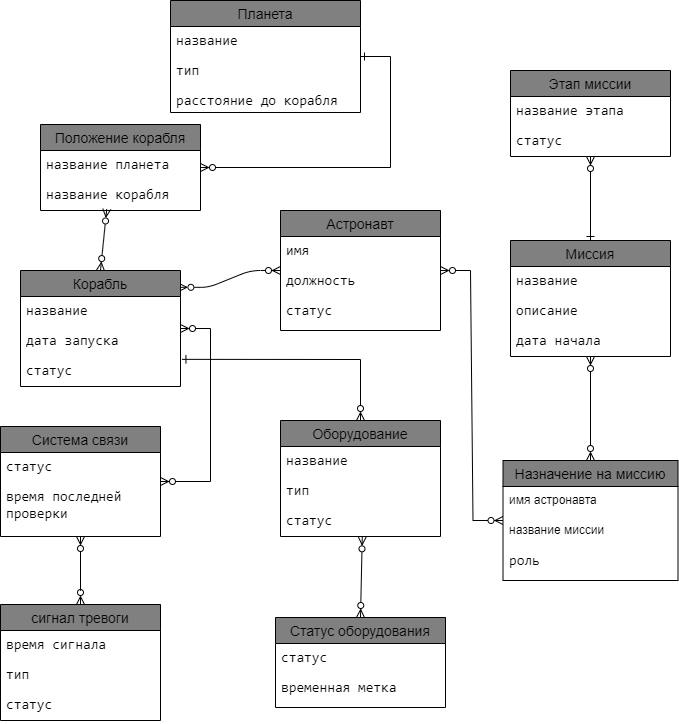
Before: Database/labs/lab1/DatabaseLab1.drawio.png, a diagram exported from draw.io (ivanstylish/ITMO-Study-Note). Source tidied: cells renumbered, new cells last; positions are measured from the earlier drawing's top-left corner, leaving out a move shared by most shapes.
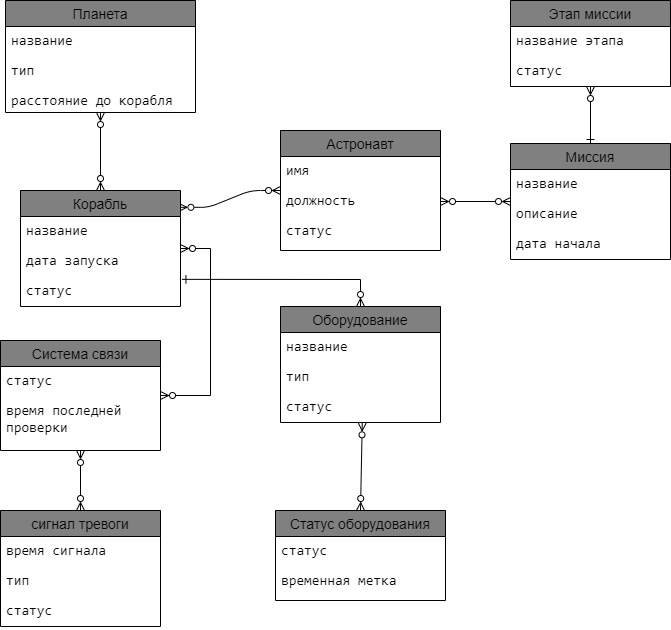
Later version of the same file.

The edit, as a diff of the source:
```diff
@@ -29,8 +29,11 @@
     <mxCell id="10" value="&lt;span style=&quot;font-size: 10.5pt; font-family: Consolas;&quot;&gt;&lt;font style=&quot;color: rgb(0, 0, 0);&quot;&gt;статус&lt;/font&gt;&lt;/span&gt;" style="text;strokeColor=none;fillColor=none;spacingLeft=4;spacingRight=4;overflow=hidden;fontSize=12;whiteSpace=wrap;html=1;" parent="7" vertex="1">
       <mxGeometry y="86" width="160" height="34" as="geometry" />
     </mxCell>
+    <mxCell id="52" style="edgeStyle=orthogonalEdgeStyle;rounded=0;jettySize=auto;html=1;startArrow=ERzeroToMany;startFill=0;endArrow=ERzeroToMany;endFill=0;" parent="1" edge="1" source="11" target="3">
+      <mxGeometry relative="1" as="geometry" />
+    </mxCell>
     <mxCell id="11" value="Планета" style="swimlane;fontStyle=0;horizontal=1;startSize=26;align=center;fontSize=14;fillColor=#808080;" parent="1" vertex="1">
-      <mxGeometry x="170" width="190" height="112" as="geometry" />
+      <mxGeometry x="5" y="80" width="190" height="112" as="geometry" />
     </mxCell>
     <mxCell id="12" value="&lt;span style=&quot;font-size: 10.5pt; font-family: Consolas;&quot;&gt;&lt;font style=&quot;color: rgb(0, 0, 0);&quot;&gt;название&lt;/font&gt;&lt;/span&gt;" style="text;strokeColor=none;fillColor=none;spacingLeft=4;spacingRight=4;overflow=hidden;fontSize=12;whiteSpace=wrap;html=1;" parent="11" vertex="1">
       <mxGeometry y="26" width="190" height="30" as="geometry" />
@@ -42,7 +45,7 @@
       <mxGeometry y="86" width="190" height="26" as="geometry" />
     </mxCell>
     <mxCell id="15" value="Оборудование" style="swimlane;fontStyle=0;horizontal=1;startSize=26;align=center;fontSize=14;fillColor=#808080;" parent="1" vertex="1">
-      <mxGeometry x="280" y="420" width="160" height="116" as="geometry" />
+      <mxGeometry x="280" y="386" width="160" height="116" as="geometry" />
     </mxCell>
     <mxCell id="16" value="&lt;span style=&quot;font-size: 10.5pt; font-family: Consolas;&quot;&gt;&lt;font style=&quot;color: rgb(0, 0, 0);&quot;&gt;название&lt;/font&gt;&lt;/span&gt;" style="text;strokeColor=none;fillColor=none;spacingLeft=4;spacingRight=4;overflow=hidden;fontSize=12;whiteSpace=wrap;html=1;" parent="15" vertex="1">
       <mxGeometry y="26" width="160" height="30" as="geometry" />
@@ -57,7 +60,7 @@
       <mxGeometry relative="1" as="geometry" />
     </mxCell>
     <mxCell id="20" value="Миссия" style="swimlane;fontStyle=0;horizontal=1;startSize=26;align=center;fontSize=14;fillColor=#808080;" parent="1" vertex="1">
-      <mxGeometry x="510" y="240" width="160" height="116" as="geometry" />
+      <mxGeometry x="510" y="223" width="160" height="116" as="geometry" />
     </mxCell>
     <mxCell id="21" value="&lt;span style=&quot;font-size: 10.5pt; font-family: Consolas;&quot;&gt;&lt;font style=&quot;color: rgb(0, 0, 0);&quot;&gt;название&lt;/font&gt;&lt;/span&gt;" style="text;strokeColor=none;fillColor=none;spacingLeft=4;spacingRight=4;overflow=hidden;fontSize=12;whiteSpace=wrap;html=1;" parent="20" vertex="1">
       <mxGeometry y="26" width="160" height="30" as="geometry" />
@@ -69,7 +72,7 @@
       <mxGeometry y="86" width="160" height="30" as="geometry" />
     </mxCell>
     <mxCell id="24" value="Система связи" style="swimlane;fontStyle=0;horizontal=1;startSize=26;align=center;fontSize=14;fillColor=#808080;" parent="1" vertex="1">
-      <mxGeometry y="426" width="160" height="110" as="geometry" />
+      <mxGeometry y="420" width="160" height="110" as="geometry" />
     </mxCell>
     <mxCell id="25" value="&lt;span style=&quot;font-size: 10.5pt; font-family: Consolas;&quot;&gt;&lt;font style=&quot;color: rgb(0, 0, 0);&quot;&gt;статус&lt;/font&gt;&lt;/span&gt;" style="text;strokeColor=none;fillColor=none;spacingLeft=4;spacingRight=4;overflow=hidden;fontSize=12;whiteSpace=wrap;html=1;" parent="24" vertex="1">
       <mxGeometry y="26" width="160" height="30" as="geometry" />
@@ -78,7 +81,7 @@
       <mxGeometry y="56" width="160" height="54" as="geometry" />
     </mxCell>
     <mxCell id="27" value="Статус оборудования" style="swimlane;fontStyle=0;horizontal=1;startSize=26;align=center;fontSize=14;fillColor=#808080;" parent="1" vertex="1">
-      <mxGeometry x="275" y="617" width="170" height="90" as="geometry" />
+      <mxGeometry x="275" y="590" width="170" height="90" as="geometry" />
     </mxCell>
     <mxCell id="28" value="&lt;span style=&quot;font-size: 10.5pt; font-family: Consolas;&quot;&gt;&lt;font style=&quot;color: rgb(0, 0, 0);&quot;&gt;статус&lt;/font&gt;&lt;/span&gt;" style="text;strokeColor=none;fillColor=none;spacingLeft=4;spacingRight=4;overflow=hidden;fontSize=12;whiteSpace=wrap;html=1;" parent="27" vertex="1">
       <mxGeometry y="26" width="170" height="30" as="geometry" />
@@ -87,7 +90,7 @@
       <mxGeometry y="56" width="170" height="34" as="geometry" />
     </mxCell>
     <mxCell id="30" value="сигнал тревоги" style="swimlane;fontStyle=0;horizontal=1;startSize=26;align=center;fontSize=14;fillColor=#808080;" parent="1" vertex="1">
-      <mxGeometry y="604" width="160" height="116" as="geometry" />
+      <mxGeometry y="590" width="160" height="116" as="geometry" />
     </mxCell>
     <mxCell id="31" value="&lt;span style=&quot;font-size: 10.5pt; font-family: Consolas;&quot;&gt;&lt;font style=&quot;color: rgb(0, 0, 0);&quot;&gt;время сигнала&lt;/font&gt;&lt;/span&gt;" style="text;strokeColor=none;fillColor=none;spacingLeft=4;spacingRight=4;overflow=hidden;fontSize=12;whiteSpace=wrap;html=1;" parent="30" vertex="1">
       <mxGeometry y="26" width="160" height="30" as="geometry" />
@@ -98,54 +101,14 @@
     <mxCell id="33" value="&lt;span style=&quot;font-size: 10.5pt; font-family: Consolas;&quot;&gt;&lt;font style=&quot;color: rgb(0, 0, 0);&quot;&gt;статус&lt;/font&gt;&lt;/span&gt;" style="text;strokeColor=none;fillColor=none;spacingLeft=4;spacingRight=4;overflow=hidden;fontSize=12;whiteSpace=wrap;html=1;" parent="30" vertex="1">
       <mxGeometry y="86" width="160" height="30" as="geometry" />
     </mxCell>
-    <mxCell id="34" value="Назначение на миссию" style="swimlane;fontStyle=0;horizontal=1;startSize=26;align=center;fontSize=14;fillColor=#808080;" parent="1" vertex="1">
-      <mxGeometry x="502.5" y="460" width="175" height="120" as="geometry" />
-    </mxCell>
-    <mxCell id="35" value="имя астронавта" style="text;strokeColor=none;fillColor=none;spacingLeft=4;spacingRight=4;overflow=hidden;fontSize=12;whiteSpace=wrap;html=1;" parent="34" vertex="1">
-      <mxGeometry y="26" width="175" height="30" as="geometry" />
-    </mxCell>
-    <mxCell id="36" value="название миссии" style="text;strokeColor=none;fillColor=none;spacingLeft=4;spacingRight=4;overflow=hidden;fontSize=12;whiteSpace=wrap;html=1;" parent="34" vertex="1">
-      <mxGeometry y="56" width="175" height="30" as="geometry" />
-    </mxCell>
-    <mxCell id="37" value="&lt;span style=&quot;font-size: 10.5pt; font-family: Consolas;&quot;&gt;&lt;font style=&quot;color: rgb(0, 0, 0);&quot;&gt;роль&lt;/font&gt;&lt;/span&gt;" style="text;strokeColor=none;fillColor=none;spacingLeft=4;spacingRight=4;overflow=hidden;fontSize=12;whiteSpace=wrap;html=1;" parent="34" vertex="1">
-      <mxGeometry y="86" width="175" height="34" as="geometry" />
-    </mxCell>
-    <mxCell id="38" style="endArrow=ERzeroToMany;html=1;rounded=0;entryX=0.5;entryY=0;entryDx=0;entryDy=0;startArrow=ERzeroToMany;startFill=0;endFill=0;" parent="1" edge="1" source="23" target="34">
-      <mxGeometry relative="1" as="geometry" />
-    </mxCell>
     <mxCell id="39" style="endArrow=ERzeroToMany;html=1;rounded=0;exitX=0.511;exitY=1.011;exitDx=0;exitDy=0;exitPerimeter=0;entryX=0.5;entryY=0;entryDx=0;entryDy=0;startArrow=ERzeroToMany;startFill=0;endFill=0;" parent="1" edge="1" source="18" target="27">
       <mxGeometry relative="1" as="geometry" />
     </mxCell>
-    <mxCell id="40" style="edgeStyle=entityRelationEdgeStyle;fontSize=12;html=1;endArrow=ERzeroToMany;startArrow=ERzeroToMany;rounded=0;startFill=0;" parent="1" edge="1" source="7" target="34">
-      <mxGeometry relative="1" as="geometry">
-        <Array as="points">
-          <mxPoint x="340" y="390" />
-          <mxPoint x="490" y="311" />
-          <mxPoint x="500" y="350" />
-          <mxPoint x="500" y="340" />
-        </Array>
-      </mxGeometry>
-    </mxCell>
-    <mxCell id="41" value="Положение корабля" style="swimlane;fontStyle=0;horizontal=1;startSize=26;align=center;fontSize=14;fillColor=light-dark(#808080,var(--ge-dark-color, #121212));" parent="1" vertex="1">
-      <mxGeometry x="40" y="124" width="160" height="86" as="geometry" />
-    </mxCell>
-    <mxCell id="42" value="&lt;span style=&quot;font-family: Consolas; font-size: 14px;&quot;&gt;название планета&lt;/span&gt;" style="text;strokeColor=none;fillColor=none;spacingLeft=4;spacingRight=4;overflow=hidden;fontSize=12;whiteSpace=wrap;html=1;" parent="41" vertex="1">
-      <mxGeometry y="26" width="160" height="30" as="geometry" />
-    </mxCell>
-    <mxCell id="43" value="&lt;span style=&quot;font-family: Consolas; font-size: 14px;&quot;&gt;название корабля&lt;/span&gt;" style="text;strokeColor=none;fillColor=none;spacingLeft=4;spacingRight=4;overflow=hidden;points=[[0,0.5],[1,0.5]];portConstraint=eastwest;fontSize=12;whiteSpace=wrap;html=1;" parent="41" vertex="1">
-      <mxGeometry y="56" width="160" height="30" as="geometry" />
-    </mxCell>
     <mxCell id="44" style="edgeStyle=entityRelationEdgeStyle;fontSize=12;html=1;endArrow=ERzeroToMany;startArrow=ERzeroToMany;rounded=0;startFill=0;" parent="1" edge="1" source="3" target="24">
       <mxGeometry relative="1" as="geometry" />
     </mxCell>
-    <mxCell id="45" style="edgeStyle=entityRelationEdgeStyle;fontSize=12;html=1;endArrow=ERone;startArrow=ERzeroToMany;rounded=0;startFill=0;endFill=0;" parent="1" edge="1" source="41" target="11">
-      <mxGeometry relative="1" as="geometry" />
-    </mxCell>
-    <mxCell id="46" style="endArrow=ERzeroToMany;html=1;rounded=0;entryX=0.5;entryY=0;entryDx=0;entryDy=0;exitX=0.414;exitY=0.951;exitDx=0;exitDy=0;exitPerimeter=0;startArrow=ERzeroToMany;startFill=0;endFill=0;" parent="1" edge="1" source="43" target="3">
-      <mxGeometry relative="1" as="geometry" />
-    </mxCell>
     <mxCell id="47" value="Этап миссии" style="swimlane;fontStyle=0;horizontal=1;startSize=26;align=center;fontSize=14;fillColor=#808080;" parent="1" vertex="1">
-      <mxGeometry x="510" y="70" width="160" height="86" as="geometry" />
+      <mxGeometry x="510" y="80" width="160" height="86" as="geometry" />
     </mxCell>
     <mxCell id="48" value="&lt;font face=&quot;Consolas&quot;&gt;&lt;span style=&quot;font-size: 14px;&quot;&gt;название этапа&lt;/span&gt;&lt;/font&gt;&lt;div&gt;&lt;font face=&quot;Consolas&quot;&gt;&lt;span style=&quot;font-size: 14px;&quot;&gt;&lt;br&gt;&lt;/span&gt;&lt;/font&gt;&lt;/div&gt;" style="text;strokeColor=none;fillColor=none;spacingLeft=4;spacingRight=4;overflow=hidden;fontSize=12;whiteSpace=wrap;html=1;" parent="47" vertex="1">
       <mxGeometry y="26" width="160" height="30" as="geometry" />
@@ -167,5 +130,8 @@
         </Array>
       </mxGeometry>
     </mxCell>
+    <mxCell id="53" style="edgeStyle=orthogonalEdgeStyle;rounded=0;jettySize=auto;html=1;exitX=1;exitY=0.5;exitDx=0;exitDy=0;startArrow=ERzeroToMany;startFill=0;endArrow=ERzeroToMany;endFill=0;" parent="1" edge="1" source="9" target="20">
+      <mxGeometry relative="1" as="geometry" />
+    </mxCell>
   </root>
 </mxGraphModel>
```
